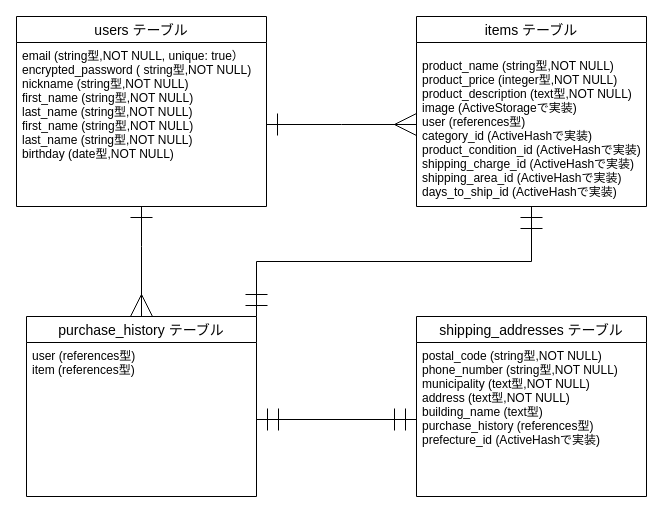
Before: .dio in YamadaMasao-3d/furima-32042, a draw.io diagram. Source tidied: cells renumbered, new cells numbered last; positions are measured from the earlier drawing's top-left corner, leaving out a move shared by most shapes. Both pictures are drawn from the tidied source at 100%, with x=0, y=0 at pixel (16, 16).
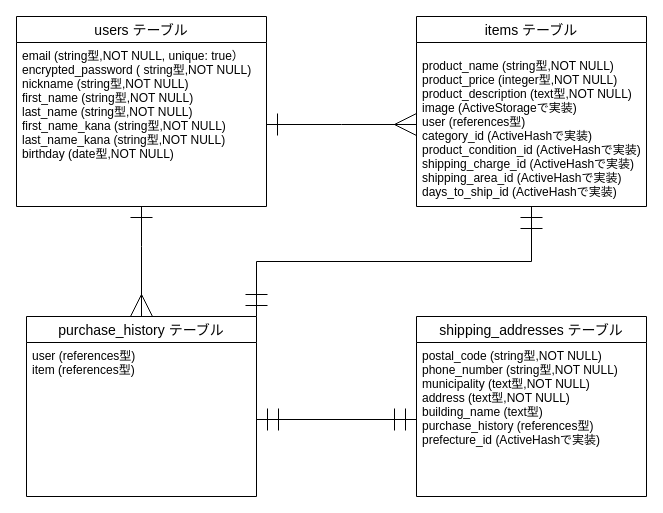
After the change.

The edit, as a diff of the source:
```diff
@@
 <mxGraphModel>
   <root>
     <mxCell id="0" />
     <mxCell id="1" parent="0" />
     <mxCell id="2" style="edgeStyle=orthogonalEdgeStyle;rounded=0;jettySize=auto;html=1;exitX=0.5;exitY=1;exitDx=0;exitDy=0;entryX=0.5;entryY=0;entryDx=0;entryDy=0;startArrow=ERone;startFill=0;startSize=20;endArrow=ERmany;endFill=0;endSize=20;strokeWidth=1;" parent="1" edge="1" source="10" target="5">
       <mxGeometry relative="1" as="geometry">
         <Array as="points">
           <mxPoint x="125" y="230" />
           <mxPoint x="125" y="230" />
         </Array>
       </mxGeometry>
     </mxCell>
     <mxCell id="3" style="edgeStyle=orthogonalEdgeStyle;rounded=0;jettySize=auto;html=1;entryX=1;entryY=0;entryDx=0;entryDy=0;startArrow=ERmandOne;startFill=0;startSize=20;endArrow=ERmandOne;endFill=0;endSize=20;strokeWidth=1;exitX=0.5;exitY=1;exitDx=0;exitDy=0;" parent="1" edge="1" source="12" target="5">
       <mxGeometry relative="1" as="geometry" />
     </mxCell>
     <mxCell id="4" value="product_name (string型,NOT NULL)&#10;product_price (integer型,NOT NULL)&#10;product_description (text型,NOT NULL)&#10;image (ActiveStorageで実装)&#10;user (references型)&#10;category_id (ActiveHashで実装)&#10;product_condition_id (ActiveHashで実装)&#10;shipping_charge_id (ActiveHashで実装)&#10;shipping_area_id (ActiveHashで実装)&#10;days_to_ship_id (ActiveHashで実装)" style="text;strokeColor=none;fillColor=none;spacingLeft=4;spacingRight=4;overflow=hidden;fontSize=12;" parent="1" vertex="1">
       <mxGeometry x="400" y="36" width="230" height="154" as="geometry" />
     </mxCell>
     <mxCell id="5" value="purchase_history テーブル" style="swimlane;fontStyle=0;horizontal=1;startSize=26;align=center;fontSize=14;" parent="1" vertex="1">
       <mxGeometry x="10" y="300" width="230" height="180" as="geometry" />
     </mxCell>
     <mxCell id="6" value="user (references型)&#10;item (references型)" style="text;strokeColor=none;fillColor=none;spacingLeft=4;spacingRight=4;overflow=hidden;points=[[0,0.5],[1,0.5]];portConstraint=eastwest;fontSize=12;" parent="5" vertex="1">
       <mxGeometry y="26" width="230" height="154" as="geometry" />
     </mxCell>
     <mxCell id="7" value="shipping_addresses テーブル" style="swimlane;fontStyle=0;horizontal=1;startSize=26;align=center;fontSize=14;" parent="1" vertex="1">
       <mxGeometry x="400" y="300" width="230" height="180" as="geometry" />
     </mxCell>
     <mxCell id="8" value="postal_code (string型,NOT NULL)&#10;phone_number (string型,NOT NULL)&#10;municipality (text型,NOT NULL)&#10;address (text型,NOT NULL)&#10;building_name (text型)&#10;purchase_history (references型)&#10;prefecture_id (ActiveHashで実装)" style="text;strokeColor=none;fillColor=none;spacingLeft=4;spacingRight=4;overflow=hidden;points=[[0,0.5],[1,0.5]];portConstraint=eastwest;fontSize=12;" parent="7" vertex="1">
       <mxGeometry y="26" width="230" height="154" as="geometry" />
     </mxCell>
     <mxCell id="9" style="edgeStyle=orthogonalEdgeStyle;rounded=0;jettySize=auto;html=1;exitX=1;exitY=0.5;exitDx=0;exitDy=0;entryX=0;entryY=0.5;entryDx=0;entryDy=0;startArrow=ERmandOne;startFill=0;startSize=20;endArrow=ERmandOne;endFill=0;endSize=20;strokeWidth=1;" parent="1" edge="1" source="6" target="8">
       <mxGeometry relative="1" as="geometry" />
     </mxCell>
     <mxCell id="10" value="users テーブル" style="swimlane;fontStyle=0;horizontal=1;startSize=26;align=center;fontSize=14;" parent="1" vertex="1">
       <mxGeometry width="250" height="190" as="geometry" />
     </mxCell>
-    <mxCell id="11" value="email (string型,NOT NULL, unique: true）&#10;encrypted_password ( string型,NOT NULL)&#10;nickname (string型,NOT NULL)&#10;first_name (string型,NOT NULL)&#10;last_name (string型,NOT NULL)&#10;first_name (string型,NOT NULL)&#10;last_name (string型,NOT NULL)&#10;birthday (date型,NOT NULL)&#10;" style="text;strokeColor=none;fillColor=none;spacingLeft=4;spacingRight=4;overflow=hidden;points=[[0,0.5],[1,0.5]];portConstraint=eastwest;fontSize=12;" parent="10" vertex="1">
+    <mxCell id="11" value="email (string型,NOT NULL, unique: true）&#10;encrypted_password ( string型,NOT NULL)&#10;nickname (string型,NOT NULL)&#10;first_name (string型,NOT NULL)&#10;last_name (string型,NOT NULL)&#10;first_name_kana (string型,NOT NULL)&#10;last_name_kana (string型,NOT NULL)&#10;birthday (date型,NOT NULL)&#10;" style="text;strokeColor=none;fillColor=none;spacingLeft=4;spacingRight=4;overflow=hidden;points=[[0,0.5],[1,0.5]];portConstraint=eastwest;fontSize=12;" parent="10" vertex="1">
       <mxGeometry y="26" width="250" height="164" as="geometry" />
     </mxCell>
     <mxCell id="12" value="items テーブル" style="swimlane;fontStyle=0;horizontal=1;startSize=26;align=center;fontSize=14;" parent="1" vertex="1">
       <mxGeometry x="400" width="230" height="190" as="geometry" />
     </mxCell>
     <mxCell id="13" style="edgeStyle=orthogonalEdgeStyle;rounded=0;jettySize=auto;html=1;exitX=1;exitY=0.5;exitDx=0;exitDy=0;startArrow=ERone;startFill=0;endArrow=ERmany;endFill=0;endSize=20;startSize=20;" parent="1" edge="1" source="11">
       <mxGeometry relative="1" as="geometry">
         <mxPoint x="400" y="108" as="targetPoint" />
       </mxGeometry>
     </mxCell>
   </root>
 </mxGraphModel>
```
